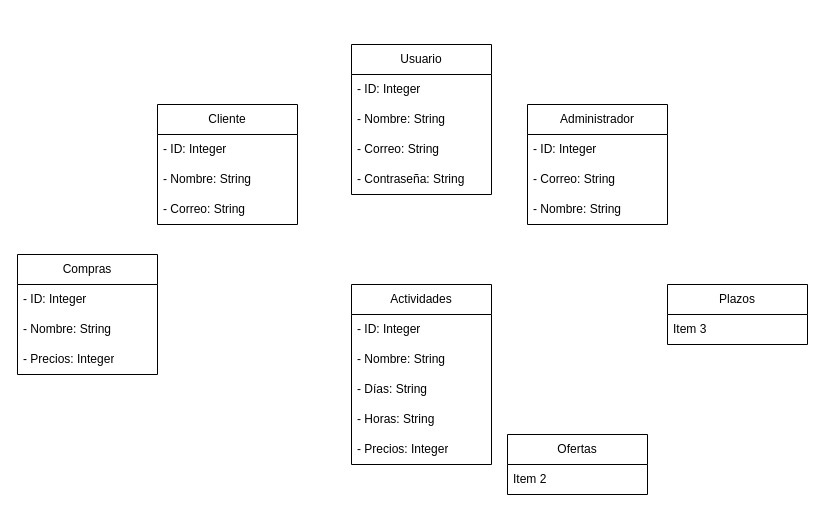
Before: Diagrama_relacional_2.drawio in HuBaMarin/projDespliegue, a draw.io diagram. Source tidied: cells renumbered, new cells numbered last; positions are measured from the earlier drawing's top-left corner, leaving out a move shared by most shapes. Both pictures are drawn from the tidied source at 100%, with x=0, y=0 at pixel (17, 44).
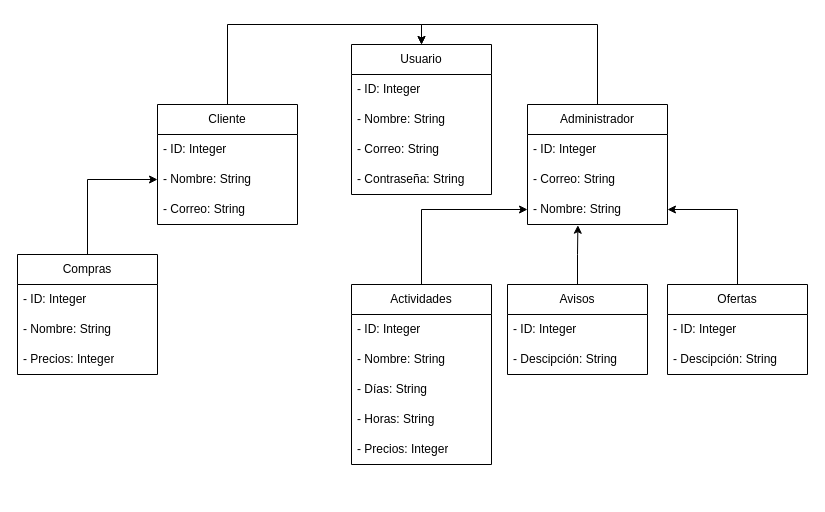
The same page after the edit.

Unchanged cells that the change refers to:
```xml
<mxCell id="2" value="Administrador" style="swimlane;fontStyle=0;horizontal=1;startSize=30;whiteSpace=wrap;html=1;" parent="1" vertex="1">
  <mxGeometry x="510" y="60" width="140" height="120" as="geometry" />
</mxCell>
<mxCell id="5" value="- Nombre: String" style="text;strokeColor=none;fillColor=none;align=left;verticalAlign=middle;spacingLeft=4;spacingRight=4;overflow=hidden;points=[[0,0.5],[1,0.5]];portConstraint=eastwest;whiteSpace=wrap;html=1;" parent="2" vertex="1">
  <mxGeometry y="90" width="140" height="30" as="geometry" />
</mxCell>
<mxCell id="6" value="Usuario" style="swimlane;fontStyle=0;horizontal=1;startSize=30;whiteSpace=wrap;html=1;" parent="1" vertex="1">
  <mxGeometry x="334" width="140" height="150" as="geometry" />
</mxCell>
<mxCell id="11" value="Compras" style="swimlane;fontStyle=0;horizontal=1;startSize=30;whiteSpace=wrap;html=1;" parent="1" vertex="1">
  <mxGeometry y="210" width="140" height="120" as="geometry" />
</mxCell>
<mxCell id="15" value="Cliente" style="swimlane;fontStyle=0;horizontal=1;startSize=30;whiteSpace=wrap;html=1;" parent="1" vertex="1">
  <mxGeometry x="140" y="60" width="140" height="120" as="geometry" />
</mxCell>
<mxCell id="17" value="- Nombre: String" style="text;strokeColor=none;fillColor=none;align=left;verticalAlign=middle;spacingLeft=4;spacingRight=4;overflow=hidden;points=[[0,0.5],[1,0.5]];portConstraint=eastwest;whiteSpace=wrap;html=1;" parent="15" vertex="1">
  <mxGeometry y="60" width="140" height="30" as="geometry" />
</mxCell>
<mxCell id="21" value="Actividades" style="swimlane;fontStyle=0;horizontal=1;startSize=30;whiteSpace=wrap;html=1;" parent="1" vertex="1">
  <mxGeometry x="334" y="240" width="140" height="180" as="geometry" />
</mxCell>
```

The edit, as a diff of the source:
```diff
@@
+    <mxCell id="29" style="edgeStyle=orthogonalEdgeStyle;rounded=0;jettySize=auto;html=1;exitX=0.5;exitY=0;exitDx=0;exitDy=0;entryX=0.5;entryY=0;entryDx=0;entryDy=0;" parent="1" edge="1" source="2" target="6">
+      <mxGeometry relative="1" as="geometry" />
+    </mxCell>
@@
+    <mxCell id="30" style="edgeStyle=orthogonalEdgeStyle;rounded=0;jettySize=auto;html=1;exitX=0.5;exitY=0;exitDx=0;exitDy=0;entryX=0;entryY=0.5;entryDx=0;entryDy=0;" parent="1" edge="1" source="11" target="17">
+      <mxGeometry relative="1" as="geometry" />
+    </mxCell>
@@
+    <mxCell id="31" style="edgeStyle=orthogonalEdgeStyle;rounded=0;jettySize=auto;html=1;entryX=0.5;entryY=0;entryDx=0;entryDy=0;exitX=0.5;exitY=0;exitDx=0;exitDy=0;" parent="1" edge="1" source="15" target="6">
+      <mxGeometry relative="1" as="geometry" />
+    </mxCell>
@@
-    <mxCell id="19" value="Plazos" style="swimlane;fontStyle=0;horizontal=1;startSize=30;whiteSpace=wrap;html=1;" parent="1" vertex="1">
-      <mxGeometry x="650" y="240" width="140" height="60" as="geometry" />
-    </mxCell>
-    <mxCell id="20" value="Item 3" style="text;strokeColor=none;fillColor=none;align=left;verticalAlign=middle;spacingLeft=4;spacingRight=4;overflow=hidden;whiteSpace=wrap;html=1;" parent="19" vertex="1">
-      <mxGeometry y="30" width="140" height="30" as="geometry" />
-    </mxCell>
+    <mxCell id="32" style="edgeStyle=orthogonalEdgeStyle;rounded=0;jettySize=auto;html=1;entryX=0;entryY=0.5;entryDx=0;entryDy=0;" parent="1" edge="1" source="21" target="5">
+      <mxGeometry relative="1" as="geometry" />
+    </mxCell>
@@
+    <mxCell id="33" style="edgeStyle=orthogonalEdgeStyle;rounded=0;jettySize=auto;html=1;exitX=0.5;exitY=0;exitDx=0;exitDy=0;entryX=1;entryY=0.5;entryDx=0;entryDy=0;" parent="1" edge="1" source="27" target="5">
+      <mxGeometry relative="1" as="geometry" />
+    </mxCell>
     <mxCell id="27" value="Ofertas" style="swimlane;fontStyle=0;horizontal=1;startSize=30;whiteSpace=wrap;html=1;" parent="1" vertex="1">
-      <mxGeometry x="490" y="390" width="140" height="60" as="geometry" />
+      <mxGeometry x="650" y="240" width="140" height="90" as="geometry" />
     </mxCell>
-    <mxCell id="28" value="Item 2" style="text;strokeColor=none;fillColor=none;align=left;verticalAlign=middle;spacingLeft=4;spacingRight=4;overflow=hidden;whiteSpace=wrap;html=1;" parent="27" vertex="1">
-      <mxGeometry y="30" width="140" height="30" as="geometry" />
-    </mxCell>
+    <mxCell id="34" value="- ID: Integer" style="text;strokeColor=none;fillColor=none;align=left;verticalAlign=middle;spacingLeft=4;spacingRight=4;overflow=hidden;whiteSpace=wrap;html=1;" parent="27" vertex="1">
+      <mxGeometry y="30" width="140" height="30" as="geometry" />
+    </mxCell>
+    <mxCell id="35" value="- Descipción: String" style="text;strokeColor=none;fillColor=none;align=left;verticalAlign=middle;spacingLeft=4;spacingRight=4;overflow=hidden;whiteSpace=wrap;html=1;" parent="27" vertex="1">
+      <mxGeometry y="60" width="140" height="30" as="geometry" />
+    </mxCell>
+    <mxCell id="36" value="Avisos" style="swimlane;fontStyle=0;horizontal=1;startSize=30;whiteSpace=wrap;html=1;" parent="1" vertex="1">
+      <mxGeometry x="490" y="240" width="140" height="90" as="geometry" />
+    </mxCell>
+    <mxCell id="37" value="- ID: Integer" style="text;strokeColor=none;fillColor=none;align=left;verticalAlign=middle;spacingLeft=4;spacingRight=4;overflow=hidden;whiteSpace=wrap;html=1;" parent="36" vertex="1">
+      <mxGeometry y="30" width="140" height="30" as="geometry" />
+    </mxCell>
+    <mxCell id="38" value="- Descipción: String" style="text;strokeColor=none;fillColor=none;align=left;verticalAlign=middle;spacingLeft=4;spacingRight=4;overflow=hidden;whiteSpace=wrap;html=1;" parent="36" vertex="1">
+      <mxGeometry y="60" width="140" height="30" as="geometry" />
+    </mxCell>
+    <mxCell id="39" style="edgeStyle=orthogonalEdgeStyle;rounded=0;jettySize=auto;html=1;exitX=0.5;exitY=0;exitDx=0;exitDy=0;entryX=0.36;entryY=1.024;entryDx=0;entryDy=0;entryPerimeter=0;" parent="1" edge="1" source="36" target="5">
+      <mxGeometry relative="1" as="geometry" />
+    </mxCell>
```
